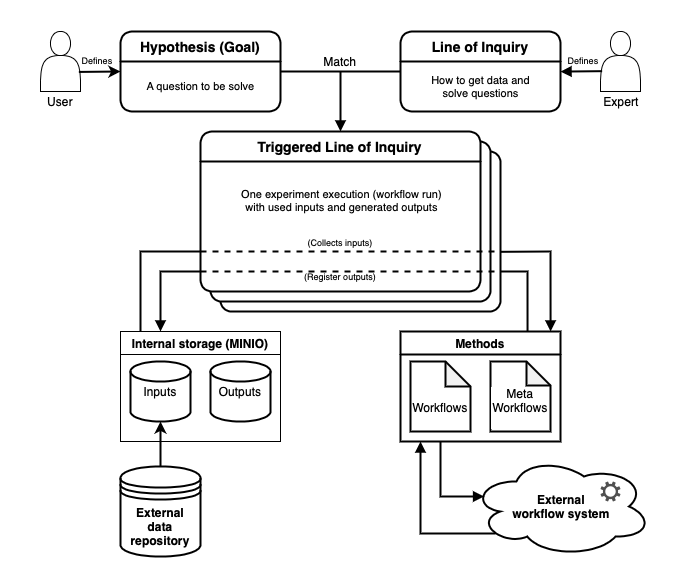
Earlier version of the draw.io export docs/figures/DISK-overview.png (KnowledgeCaptureAndDiscovery/DISK-UI). Source tidied: cells renumbered, new cells last; positions are measured from the earlier drawing's top-left corner, leaving out a move shared by most shapes.
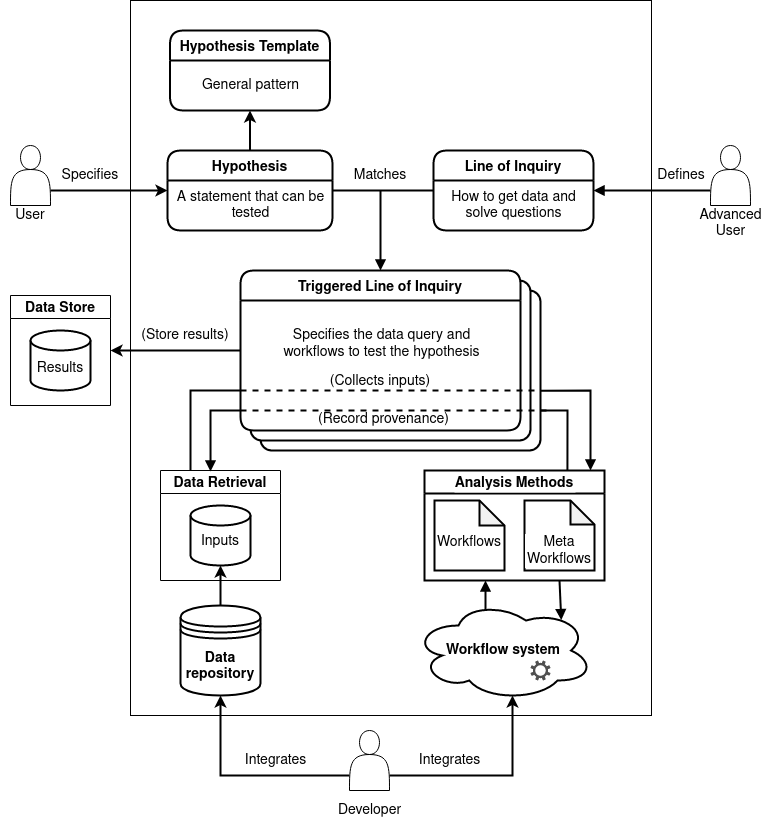
After the change.

Diff of the diagram source:
```diff
@@ -2,41 +2,38 @@
   <root>
     <mxCell id="0" />
     <mxCell id="1" parent="0" />
+    <mxCell id="43" style="whiteSpace=wrap;html=1;" parent="1" vertex="1">
+      <mxGeometry x="110" y="-30" width="521" height="715" as="geometry" />
+    </mxCell>
+    <mxCell id="44" style="edgeStyle=orthogonalEdgeStyle;rounded=0;jettySize=auto;html=1;exitX=0.5;exitY=0;exitDx=0;exitDy=0;entryX=0.5;entryY=1;entryDx=0;entryDy=0;strokeWidth=2;" parent="1" edge="1" source="2" target="45">
+      <mxGeometry relative="1" as="geometry" />
+    </mxCell>
-    <mxCell id="2" value="Hypothesis (Goal)" style="swimlane;horizontal=1;startSize=30;rounded=1;fontSize=14;fontStyle=1;strokeWidth=2;shadow=0;dashed=0;align=center;" parent="1" vertex="1">
-      <mxGeometry x="90" width="160" height="80" as="geometry" />
+    <mxCell id="2" value="Hypothesis" style="swimlane;horizontal=1;startSize=30;rounded=1;fontSize=14;fontStyle=1;strokeWidth=2;shadow=0;dashed=0;align=center;" parent="1" vertex="1">
+      <mxGeometry x="147" y="120" width="165" height="80" as="geometry" />
     </mxCell>
-    <mxCell id="3" value="A question to be solve" style="text;html=1;align=center;verticalAlign=middle;strokeColor=none;fillColor=none;fontSize=11;fontColor=#000000;" parent="2" vertex="1">
-      <mxGeometry y="30" width="160" height="50" as="geometry" />
+    <mxCell id="3" value="&lt;div&gt;A statement that can be&lt;/div&gt;&lt;div&gt;tested&lt;br&gt;&lt;/div&gt;" style="text;html=1;align=center;verticalAlign=middle;strokeColor=none;fillColor=none;fontSize=11;fontColor=#000000;" parent="2" vertex="1">
+      <mxGeometry y="30" width="165" height="50" as="geometry" />
     </mxCell>
     <mxCell id="4" value="Line of Inquiry" style="swimlane;horizontal=1;startSize=30;rounded=1;fontSize=14;fontStyle=1;strokeWidth=2;shadow=0;dashed=0;align=center;" parent="1" vertex="1">
-      <mxGeometry x="370" width="160" height="80" as="geometry" />
+      <mxGeometry x="413" y="120" width="160" height="80" as="geometry" />
     </mxCell>
     <mxCell id="5" value="How to get data and&lt;br&gt;solve questions" style="text;html=1;align=center;verticalAlign=middle;strokeColor=none;fillColor=none;fontSize=11;fontColor=#000000;" parent="4" vertex="1">
       <mxGeometry y="30" width="160" height="50" as="geometry" />
     </mxCell>
     <mxCell id="6" style="shape=actor;whiteSpace=wrap;html=1;" parent="1" vertex="1">
-      <mxGeometry x="10" width="40" height="60" as="geometry" />
+      <mxGeometry x="-10" y="115" width="40" height="60" as="geometry" />
     </mxCell>
-    <mxCell id="7" style="shape=actor;whiteSpace=wrap;html=1;" parent="1" vertex="1">
-      <mxGeometry x="570" width="40" height="60" as="geometry" />
-    </mxCell>
     <mxCell id="8" value="User" style="text;html=1;strokeColor=none;fillColor=none;align=center;verticalAlign=middle;whiteSpace=wrap;rounded=0;" parent="1" vertex="1">
-      <mxGeometry y="55" width="60" height="30" as="geometry" />
+      <mxGeometry x="-20" y="170" width="60" height="30" as="geometry" />
     </mxCell>
-    <mxCell id="9" value="Expert" style="text;html=1;strokeColor=none;fillColor=none;align=center;verticalAlign=middle;whiteSpace=wrap;rounded=0;" parent="1" vertex="1">
-      <mxGeometry x="561" y="55" width="60" height="30" as="geometry" />
-    </mxCell>
-    <mxCell id="10" value="Internal storage (MINIO)" style="swimlane;" parent="1" vertex="1">
-      <mxGeometry x="90" y="300" width="160" height="110" as="geometry" />
+    <mxCell id="10" value="Data Retrieval" style="swimlane;" parent="1" vertex="1">
+      <mxGeometry x="140" y="440" width="120" height="110" as="geometry" />
     </mxCell>
-    <mxCell id="11" value="Inputs" style="strokeWidth=2;html=1;shape=mxgraph.flowchart.database;whiteSpace=wrap;labelBackgroundColor=#FFFFFF;verticalAlign=middle;labelPosition=center;verticalLabelPosition=middle;align=center;" parent="10" vertex="1">
-      <mxGeometry x="10" y="30" width="60" height="60" as="geometry" />
+    <mxCell id="11" value="Inputs" style="strokeWidth=2;html=1;shape=mxgraph.flowchart.database;whiteSpace=wrap;labelBackgroundColor=#FFFFFF;verticalAlign=middle;labelPosition=center;verticalLabelPosition=middle;align=center;spacingTop=12;" parent="10" vertex="1">
+      <mxGeometry x="30" y="35" width="60" height="60" as="geometry" />
     </mxCell>
-    <mxCell id="12" value="Outputs" style="strokeWidth=2;html=1;shape=mxgraph.flowchart.database;whiteSpace=wrap;labelBackgroundColor=#FFFFFF;verticalAlign=middle;labelPosition=center;verticalLabelPosition=middle;align=center;" parent="10" vertex="1">
-      <mxGeometry x="90" y="30" width="60" height="60" as="geometry" />
-    </mxCell>
     <mxCell id="13" style="group;fontStyle=0;" parent="1" vertex="1">
-      <mxGeometry x="170" y="100" width="300" height="180" as="geometry" />
+      <mxGeometry x="220" y="240" width="300" height="180" as="geometry" />
     </mxCell>
     <mxCell id="14" style="rounded=1;whiteSpace=wrap;html=1;arcSize=7;strokeWidth=2;" parent="13" vertex="1">
       <mxGeometry x="20" y="20" width="280" height="160" as="geometry" />
@@ -50,9 +47,10 @@
     <mxCell id="17" value="Triggered Line of Inquiry" style="swimlane;horizontal=1;startSize=30;rounded=1;fontSize=14;fontStyle=1;strokeWidth=2;shadow=0;dashed=0;align=center;" parent="13" vertex="1">
       <mxGeometry width="280" height="160" as="geometry" />
     </mxCell>
-    <mxCell id="18" style="html=1;verticalAlign=bottom;endArrow=none;rounded=0;fontColor=#FFFFFF;entryX=1;entryY=0.75;entryDx=0;entryDy=0;exitX=0;exitY=0.75;exitDx=0;exitDy=0;strokeWidth=2;endFill=0;dashed=1;" parent="17" edge="1" target="14">
+    <mxCell id="18" style="html=1;verticalAlign=bottom;endArrow=none;rounded=0;fontColor=#FFFFFF;exitX=0;exitY=0.75;exitDx=0;exitDy=0;strokeWidth=2;endFill=0;dashed=1;" parent="17" edge="1">
       <mxGeometry x="0.01" y="-50" relative="1" as="geometry">
         <mxPoint y="140" as="sourcePoint" />
+        <mxPoint x="310" y="140" as="targetPoint" />
       </mxGeometry>
     </mxCell>
     <mxCell id="19" style="html=1;verticalAlign=bottom;endArrow=none;rounded=0;fontColor=#FFFFFF;entryX=1;entryY=0.75;entryDx=0;entryDy=0;exitX=0;exitY=0.75;exitDx=0;exitDy=0;strokeWidth=2;endFill=0;dashed=1;" parent="13" edge="1">
@@ -64,102 +62,133 @@
     <mxCell id="20" value="(Collects inputs)" style="text;html=1;strokeColor=none;fillColor=none;align=center;verticalAlign=middle;whiteSpace=wrap;rounded=0;labelBackgroundColor=none;fontSize=9;fontColor=#000000;" parent="13" vertex="1">
       <mxGeometry x="85" y="96" width="110" height="30" as="geometry" />
     </mxCell>
-    <mxCell id="21" value="(Register outputs)" style="text;html=1;strokeColor=none;fillColor=none;align=center;verticalAlign=middle;whiteSpace=wrap;rounded=0;labelBackgroundColor=none;fontSize=9;fontColor=#000000;" parent="13" vertex="1">
-      <mxGeometry x="85" y="130" width="110" height="30" as="geometry" />
+    <mxCell id="21" value="(Record provenance)" style="text;html=1;strokeColor=none;fillColor=none;align=center;verticalAlign=middle;whiteSpace=wrap;rounded=0;labelBackgroundColor=none;fontSize=9;fontColor=#000000;" parent="13" vertex="1">
+      <mxGeometry x="65.5" y="134" width="155" height="30" as="geometry" />
     </mxCell>
-    <mxCell id="22" value="&lt;div style=&quot;text-align: center&quot;&gt;&lt;font face=&quot;helvetica&quot;&gt;One experiment execution (workflow run) with used inputs and generated&amp;nbsp;outputs&lt;/font&gt;&lt;/div&gt;" style="text;whiteSpace=wrap;html=1;fontSize=11;fontColor=#000000;" parent="13" vertex="1">
+    <mxCell id="22" value="&lt;div style=&quot;text-align: center&quot;&gt;Specifies the data query and workflows to test the hypothesis&lt;br&gt;&lt;/div&gt;" style="text;whiteSpace=wrap;html=1;fontSize=11;fontColor=#000000;" parent="13" vertex="1">
       <mxGeometry x="36.5" y="50" width="207" height="60" as="geometry" />
     </mxCell>
-    <mxCell id="23" value="&lt;span&gt;External&lt;br&gt;data&lt;br&gt;repository&lt;/span&gt;" style="shape=datastore;whiteSpace=wrap;html=1;labelBackgroundColor=#FFFFFF;strokeWidth=2;fontStyle=1;" parent="1" vertex="1">
-      <mxGeometry x="90" y="435" width="80" height="90" as="geometry" />
+    <mxCell id="23" value="&lt;span&gt;Data&lt;br&gt;repository&lt;/span&gt;" style="shape=datastore;whiteSpace=wrap;html=1;labelBackgroundColor=#FFFFFF;strokeWidth=2;fontStyle=1;" parent="1" vertex="1">
+      <mxGeometry x="160" y="575" width="80" height="90" as="geometry" />
     </mxCell>
     <mxCell id="24" style="endArrow=classic;html=1;rounded=0;exitX=0.5;exitY=0;exitDx=0;exitDy=0;entryX=0.5;entryY=1;entryDx=0;entryDy=0;entryPerimeter=0;strokeWidth=2;" parent="1" edge="1" source="23" target="11">
       <mxGeometry relative="1" as="geometry" />
     </mxCell>
-    <mxCell id="25" value="Methods" style="swimlane;labelBackgroundColor=#FFFFFF;strokeWidth=2;" parent="1" vertex="1">
-      <mxGeometry x="370" y="300" width="160" height="110" as="geometry" />
+    <mxCell id="25" value="Analysis Methods" style="swimlane;labelBackgroundColor=#FFFFFF;strokeWidth=2;startSize=23;fillColor=none;" parent="1" vertex="1">
+      <mxGeometry x="404" y="440" width="180" height="110" as="geometry" />
     </mxCell>
     <mxCell id="26" value="Workflows&lt;br&gt;&lt;font color=&quot;#ffffff&quot;&gt;.&lt;/font&gt;" style="shape=note;whiteSpace=wrap;html=1;backgroundOutline=1;darkOpacity=0.05;labelBackgroundColor=#FFFFFF;strokeWidth=2;verticalAlign=bottom;size=25;" parent="25" vertex="1">
-      <mxGeometry x="10" y="30" width="60" height="70" as="geometry" />
+      <mxGeometry x="10" y="30" width="70" height="70" as="geometry" />
     </mxCell>
-    <mxCell id="27" value="Meta Workflows&lt;br&gt;&lt;font color=&quot;#ffffff&quot;&gt;.&lt;/font&gt;" style="shape=note;whiteSpace=wrap;html=1;backgroundOutline=1;darkOpacity=0.05;labelBackgroundColor=#FFFFFF;strokeWidth=2;verticalAlign=bottom;size=24;" parent="25" vertex="1">
-      <mxGeometry x="90" y="30" width="60" height="70" as="geometry" />
+    <mxCell id="27" value="Meta Workflows" style="shape=note;whiteSpace=wrap;html=1;backgroundOutline=1;darkOpacity=0.05;labelBackgroundColor=#FFFFFF;strokeWidth=2;verticalAlign=bottom;size=24;fillColor=none;spacingTop=-7;" parent="25" vertex="1">
+      <mxGeometry x="100" y="30" width="70" height="70" as="geometry" />
     </mxCell>
-    <mxCell id="28" value="External&lt;br&gt;workflow&amp;nbsp;system" style="ellipse;shape=cloud;whiteSpace=wrap;html=1;labelBackgroundColor=#FFFFFF;strokeWidth=2;fontStyle=1;" parent="1" vertex="1">
-      <mxGeometry x="441" y="425" width="180" height="100" as="geometry" />
+    <mxCell id="28" value="Workflow&amp;nbsp;system" style="ellipse;shape=cloud;whiteSpace=wrap;html=1;labelBackgroundColor=#FFFFFF;strokeWidth=2;fontStyle=1;" parent="1" vertex="1">
+      <mxGeometry x="393" y="570" width="180" height="100" as="geometry" />
     </mxCell>
     <mxCell id="29" style="sketch=0;shadow=0;dashed=0;html=1;strokeColor=none;fillColor=#505050;labelPosition=center;verticalLabelPosition=bottom;verticalAlign=top;align=center;shape=mxgraph.office.concepts.settings;labelBackgroundColor=#FFFFFF;" parent="1" vertex="1">
-      <mxGeometry x="570" y="450" width="20" height="20" as="geometry" />
+      <mxGeometry x="510" y="630" width="20" height="20" as="geometry" />
     </mxCell>
-    <mxCell id="30" style="html=1;verticalAlign=bottom;endArrow=block;rounded=0;fontColor=#FFFFFF;entryX=0.07;entryY=0.4;entryDx=0;entryDy=0;entryPerimeter=0;exitX=0.25;exitY=1;exitDx=0;exitDy=0;strokeWidth=2;" parent="1" edge="1" source="25" target="28">
-      <mxGeometry x="0.01" y="-50" relative="1" as="geometry">
-        <Array as="points">
-          <mxPoint x="410" y="465" />
-        </Array>
-      </mxGeometry>
+    <mxCell id="30" style="html=1;verticalAlign=bottom;endArrow=block;rounded=0;fontColor=#FFFFFF;entryX=0.821;entryY=0.196;entryDx=0;entryDy=0;entryPerimeter=0;exitX=0.75;exitY=1;exitDx=0;exitDy=0;strokeWidth=2;" parent="1" edge="1" source="25" target="28">
+      <mxGeometry x="0.01" y="-50" relative="1" as="geometry" />
     </mxCell>
-    <mxCell id="31" style="html=1;verticalAlign=bottom;endArrow=block;rounded=0;fontColor=#FFFFFF;exitX=0.13;exitY=0.77;exitDx=0;exitDy=0;exitPerimeter=0;strokeWidth=2;" parent="1" edge="1" source="28">
+    <mxCell id="31" style="html=1;verticalAlign=bottom;endArrow=block;rounded=0;fontColor=#FFFFFF;exitX=0.4;exitY=0.1;exitDx=0;exitDy=0;exitPerimeter=0;strokeWidth=2;" parent="1" edge="1" source="28">
       <mxGeometry x="0.01" y="-50" relative="1" as="geometry">
-        <mxPoint x="390" y="410" as="targetPoint" />
-        <Array as="points">
-          <mxPoint x="390" y="502" />
-        </Array>
+        <mxPoint x="465" y="550" as="targetPoint" />
       </mxGeometry>
     </mxCell>
     <mxCell id="32" style="html=1;verticalAlign=bottom;endArrow=none;rounded=0;fontColor=#FFFFFF;entryX=0.794;entryY=0;entryDx=0;entryDy=0;entryPerimeter=0;strokeWidth=2;endFill=0;exitX=1;exitY=0.75;exitDx=0;exitDy=0;" parent="1" edge="1" source="14" target="25">
       <mxGeometry x="0.01" y="-50" relative="1" as="geometry">
         <Array as="points">
-          <mxPoint x="497" y="240" />
+          <mxPoint x="547" y="380" />
         </Array>
       </mxGeometry>
     </mxCell>
-    <mxCell id="33" style="html=1;verticalAlign=bottom;endArrow=none;rounded=0;fontColor=#FFFFFF;exitX=0.25;exitY=0;exitDx=0;exitDy=0;strokeWidth=2;endFill=0;startArrow=block;startFill=1;" parent="1" edge="1" source="10">
+    <mxCell id="33" style="html=1;verticalAlign=bottom;endArrow=none;rounded=0;fontColor=#FFFFFF;exitX=0.417;exitY=0.009;exitDx=0;exitDy=0;strokeWidth=2;endFill=0;startArrow=block;startFill=1;exitPerimeter=0;" parent="1" edge="1" source="10">
       <mxGeometry x="0.01" y="-50" relative="1" as="geometry">
-        <mxPoint x="170" y="240" as="targetPoint" />
+        <mxPoint x="220" y="380" as="targetPoint" />
         <Array as="points">
-          <mxPoint x="130" y="240" />
+          <mxPoint x="190" y="380" />
         </Array>
       </mxGeometry>
     </mxCell>
-    <mxCell id="34" style="html=1;verticalAlign=bottom;endArrow=block;rounded=0;fontColor=#FFFFFF;entryX=0.938;entryY=0;entryDx=0;entryDy=0;entryPerimeter=0;strokeWidth=2;endFill=1;exitX=1;exitY=0.627;exitDx=0;exitDy=0;exitPerimeter=0;" parent="1" edge="1" source="14" target="25">
+    <mxCell id="34" style="html=1;verticalAlign=bottom;endArrow=block;rounded=0;fontColor=#FFFFFF;strokeWidth=2;endFill=1;exitX=1;exitY=0.627;exitDx=0;exitDy=0;exitPerimeter=0;" parent="1" edge="1" source="14">
       <mxGeometry x="0.01" y="-50" relative="1" as="geometry">
+        <mxPoint x="570" y="440" as="targetPoint" />
         <Array as="points">
-          <mxPoint x="520" y="220" />
+          <mxPoint x="570" y="360" />
         </Array>
       </mxGeometry>
     </mxCell>
-    <mxCell id="35" style="html=1;verticalAlign=bottom;endArrow=none;rounded=0;fontColor=#FFFFFF;entryX=0;entryY=0.75;entryDx=0;entryDy=0;exitX=0.125;exitY=0;exitDx=0;exitDy=0;strokeWidth=2;endFill=0;startArrow=none;startFill=0;exitPerimeter=0;" parent="1" edge="1" source="10" target="17">
+    <mxCell id="35" style="html=1;verticalAlign=bottom;endArrow=none;rounded=0;fontColor=#FFFFFF;entryX=0;entryY=0.75;entryDx=0;entryDy=0;exitX=0.25;exitY=0;exitDx=0;exitDy=0;strokeWidth=2;endFill=0;startArrow=none;startFill=0;" parent="1" edge="1" source="10" target="17">
       <mxGeometry x="0.01" y="-50" relative="1" as="geometry">
         <Array as="points">
-          <mxPoint x="110" y="220" />
+          <mxPoint x="170" y="360" />
         </Array>
       </mxGeometry>
     </mxCell>
     <mxCell id="36" style="html=1;verticalAlign=bottom;endArrow=none;rounded=0;fontColor=#FFFFFF;entryX=0;entryY=0.5;entryDx=0;entryDy=0;exitX=1;exitY=0.5;exitDx=0;exitDy=0;strokeWidth=2;endFill=0;startArrow=none;startFill=0;" parent="1" edge="1" source="2" target="4">
       <mxGeometry x="0.01" y="-50" relative="1" as="geometry" />
     </mxCell>
-    <mxCell id="37" style="html=1;verticalAlign=bottom;endArrow=none;rounded=0;fontColor=#FFFFFF;exitX=0.5;exitY=0;exitDx=0;exitDy=0;strokeWidth=2;endFill=0;startArrow=block;startFill=1;" parent="1" edge="1" source="17">
-      <mxGeometry x="0.01" y="-50" relative="1" as="geometry">
-        <mxPoint x="310" y="40" as="targetPoint" />
-      </mxGeometry>
+    <mxCell id="37" style="html=1;verticalAlign=bottom;endArrow=none;rounded=0;fontColor=#FFFFFF;exitX=0.5;exitY=0;exitDx=0;exitDy=0;strokeWidth=2;endFill=0;startArrow=block;startFill=1;entryX=0.5;entryY=1;entryDx=0;entryDy=0;" parent="1" edge="1" source="17" target="40">
+      <mxGeometry x="0.01" y="-50" relative="1" as="geometry" />
     </mxCell>
-    <mxCell id="38" style="endArrow=classic;html=1;rounded=0;exitX=0.959;exitY=0.674;exitDx=0;exitDy=0;entryX=0;entryY=0.5;entryDx=0;entryDy=0;strokeWidth=2;exitPerimeter=0;" parent="1" edge="1" source="6" target="2">
+    <mxCell id="38" style="endArrow=classic;html=1;rounded=0;exitX=1;exitY=0.75;exitDx=0;exitDy=0;strokeWidth=2;entryX=0;entryY=0.5;entryDx=0;entryDy=0;" parent="1" edge="1" source="6" target="2">
       <mxGeometry relative="1" as="geometry" />
     </mxCell>
-    <mxCell id="39" style="endArrow=none;html=1;rounded=0;exitX=0.959;exitY=0.674;exitDx=0;exitDy=0;entryX=0;entryY=0.5;entryDx=0;entryDy=0;strokeWidth=2;exitPerimeter=0;endFill=0;startArrow=block;startFill=1;" parent="1" edge="1">
-      <mxGeometry relative="1" as="geometry">
-        <mxPoint x="530" y="40.1" as="sourcePoint" />
-        <mxPoint x="571.6" y="39.7" as="targetPoint" />
-      </mxGeometry>
+    <mxCell id="39" style="endArrow=none;html=1;rounded=0;strokeWidth=2;endFill=0;startArrow=block;startFill=1;entryX=0;entryY=0.75;entryDx=0;entryDy=0;exitX=1;exitY=0.5;exitDx=0;exitDy=0;" parent="1" edge="1" source="4" target="7">
+      <mxGeometry relative="1" as="geometry" />
     </mxCell>
-    <mxCell id="40" value="&lt;font color=&quot;#000000&quot;&gt;Match&lt;/font&gt;" style="text;html=1;strokeColor=none;fillColor=none;align=center;verticalAlign=middle;whiteSpace=wrap;rounded=0;labelBackgroundColor=#FFFFFF;fontColor=#FFFFFF;" parent="1" vertex="1">
-      <mxGeometry x="280" y="15" width="60" height="30" as="geometry" />
+    <mxCell id="40" value="&lt;font color=&quot;#000000&quot;&gt;Matches&lt;/font&gt;" style="text;html=1;strokeColor=none;fillColor=none;align=center;verticalAlign=middle;whiteSpace=wrap;rounded=0;labelBackgroundColor=#FFFFFF;fontColor=#FFFFFF;" parent="1" vertex="1">
+      <mxGeometry x="330" y="130" width="60" height="30" as="geometry" />
     </mxCell>
+    <mxCell id="42" value="&lt;font style=&quot;font-size: 9px;&quot; color=&quot;#000000&quot;&gt;Specifies&lt;br style=&quot;font-size: 9px;&quot;&gt;&lt;/font&gt;" style="text;html=1;align=center;verticalAlign=middle;whiteSpace=wrap;rounded=0;labelBackgroundColor=none;fontSize=9;fillColor=none;" parent="1" vertex="1">
+      <mxGeometry x="40" y="130" width="60" height="30" as="geometry" />
+    </mxCell>
+    <mxCell id="45" value="Hypothesis Template" style="swimlane;horizontal=1;startSize=30;rounded=1;fontSize=14;fontStyle=1;strokeWidth=2;shadow=0;dashed=0;align=center;" parent="1" vertex="1">
+      <mxGeometry x="149.5" width="160" height="80" as="geometry" />
+    </mxCell>
+    <mxCell id="46" value="General pattern" style="text;html=1;align=center;verticalAlign=middle;strokeColor=none;fillColor=none;fontSize=11;fontColor=#000000;" parent="45" vertex="1">
+      <mxGeometry y="30" width="160" height="50" as="geometry" />
+    </mxCell>
+    <mxCell id="47" style="edgeStyle=orthogonalEdgeStyle;rounded=0;jettySize=auto;html=1;exitX=0;exitY=0.75;exitDx=0;exitDy=0;strokeWidth=2;" parent="1" edge="1" source="49" target="23">
+      <mxGeometry relative="1" as="geometry" />
+    </mxCell>
+    <mxCell id="48" style="edgeStyle=orthogonalEdgeStyle;rounded=0;jettySize=auto;html=1;exitX=1;exitY=0.75;exitDx=0;exitDy=0;entryX=0.55;entryY=0.95;entryDx=0;entryDy=0;entryPerimeter=0;strokeWidth=2;" parent="1" edge="1" source="49" target="28">
+      <mxGeometry relative="1" as="geometry" />
+    </mxCell>
+    <mxCell id="49" style="shape=actor;whiteSpace=wrap;html=1;" parent="1" vertex="1">
+      <mxGeometry x="329" y="700" width="40" height="60" as="geometry" />
+    </mxCell>
+    <mxCell id="50" value="Developer" style="text;html=1;strokeColor=none;fillColor=none;align=center;verticalAlign=middle;whiteSpace=wrap;rounded=0;" parent="1" vertex="1">
+      <mxGeometry x="309.5" y="770" width="79" height="20" as="geometry" />
+    </mxCell>
+    <mxCell id="51" value="Integrates" style="text;html=1;align=center;verticalAlign=middle;strokeColor=none;fillColor=none;fontColor=#000000;" parent="1" vertex="1">
+      <mxGeometry x="210" y="715" width="90" height="30" as="geometry" />
+    </mxCell>
+    <mxCell id="52" value="Integrates" style="text;html=1;align=center;verticalAlign=middle;strokeColor=none;fillColor=none;fontColor=#000000;" parent="1" vertex="1">
+      <mxGeometry x="384" y="715" width="90" height="30" as="geometry" />
+    </mxCell>
+    <mxCell id="53" value="Data Store" style="swimlane;" parent="1" vertex="1">
+      <mxGeometry x="-10" y="265" width="100" height="110" as="geometry" />
+    </mxCell>
+    <mxCell id="54" value="&lt;span style=&quot;background-color: transparent;&quot;&gt;Results&lt;/span&gt;" style="strokeWidth=2;html=1;shape=mxgraph.flowchart.database;whiteSpace=wrap;labelBackgroundColor=#FFFFFF;verticalAlign=middle;labelPosition=center;verticalLabelPosition=middle;align=center;spacingTop=17;" parent="53" vertex="1">
+      <mxGeometry x="20" y="35" width="60" height="60" as="geometry" />
+    </mxCell>
+    <mxCell id="55" style="edgeStyle=orthogonalEdgeStyle;rounded=0;jettySize=auto;html=1;exitX=0;exitY=0.5;exitDx=0;exitDy=0;fontColor=#000000;strokeWidth=2;entryX=1;entryY=0.5;entryDx=0;entryDy=0;" parent="1" edge="1" source="17" target="53">
+      <mxGeometry relative="1" as="geometry" />
+    </mxCell>
+    <mxCell id="56" value="(Store results)" style="text;html=1;strokeColor=none;fillColor=none;align=center;verticalAlign=middle;whiteSpace=wrap;rounded=0;labelBackgroundColor=none;fontSize=9;fontColor=#000000;" parent="1" vertex="1">
+      <mxGeometry x="100" y="290" width="130" height="30" as="geometry" />
+    </mxCell>
+    <mxCell id="7" style="shape=actor;whiteSpace=wrap;html=1;" parent="1" vertex="1">
+      <mxGeometry x="690" y="115" width="40" height="60" as="geometry" />
+    </mxCell>
+    <mxCell id="9" value="Advanced User" style="text;html=1;strokeColor=none;fillColor=none;align=center;verticalAlign=middle;whiteSpace=wrap;rounded=0;" parent="1" vertex="1">
+      <mxGeometry x="670.5" y="170" width="79" height="45" as="geometry" />
+    </mxCell>
     <mxCell id="41" value="&lt;font color=&quot;#000000&quot; style=&quot;font-size: 9px;&quot;&gt;Defines&lt;br style=&quot;font-size: 9px;&quot;&gt;&lt;/font&gt;" style="text;html=1;strokeColor=none;fillColor=none;align=center;verticalAlign=middle;whiteSpace=wrap;rounded=0;labelBackgroundColor=none;fontColor=#FFFFFF;fontSize=9;" parent="1" vertex="1">
-      <mxGeometry x="523" y="14" width="60" height="30" as="geometry" />
+      <mxGeometry x="660" y="130" width="1" height="30" as="geometry" />
     </mxCell>
-    <mxCell id="42" value="&lt;font color=&quot;#000000&quot; style=&quot;font-size: 9px;&quot;&gt;Defines&lt;br style=&quot;font-size: 9px;&quot;&gt;&lt;/font&gt;" style="text;html=1;strokeColor=none;fillColor=none;align=center;verticalAlign=middle;whiteSpace=wrap;rounded=0;labelBackgroundColor=none;fontColor=#FFFFFF;fontSize=9;" parent="1" vertex="1">
-      <mxGeometry x="37" y="14" width="60" height="30" as="geometry" />
-    </mxCell>
   </root>
 </mxGraphModel>
```
